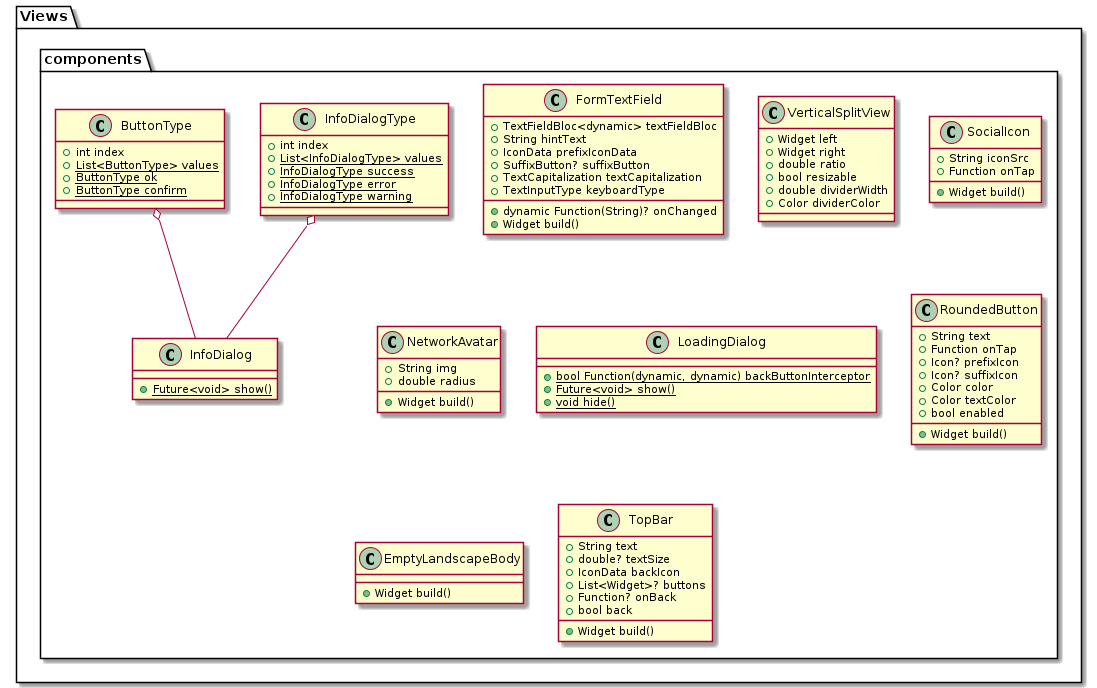
This is out/docs/View/uml_views3/ViewsUML.png from simoneghiazzi/DIMA, a PlantUML export, as it was before one commit. Source of this version:
```plantuml
@startuml ViewsUML
set namespaceSeparator ::
package Views {
    package components {
        class "InfoDialog" {
            {static} +Future<void> show()
        }

        class "InfoDialogType" {
            +int index
            {static} +List<InfoDialogType> values
            {static} +InfoDialogType success
            {static} +InfoDialogType error
            {static} +InfoDialogType warning
        }
        "InfoDialogType" o-- "InfoDialog"

        class "ButtonType" {
            +int index
            {static} +List<ButtonType> values
            {static} +ButtonType ok
            {static} +ButtonType confirm
        }
        "ButtonType" o-- "InfoDialog"

        class "FormTextField" {
            +TextFieldBloc<dynamic> textFieldBloc
            +String hintText
            +IconData prefixIconData
            +SuffixButton? suffixButton
            +TextCapitalization textCapitalization
            +TextInputType keyboardType
            +dynamic Function(String)? onChanged
            +Widget build()
        }

        class "VerticalSplitView" {
            +Widget left
            +Widget right
            +double ratio
            +bool resizable
            +double dividerWidth
            +Color dividerColor
        }

        class "SocialIcon" {
            +String iconSrc
            +Function onTap
            +Widget build()
        }


        class "NetworkAvatar" {
            +String img
            +double radius
            +Widget build()
        }


        class "LoadingDialog" {
            {static} +bool Function(dynamic, dynamic) backButtonInterceptor
            {static} +Future<void> show()
            {static} +void hide()
        }


        class "RoundedButton" {
            +String text
            +Function onTap
            +Icon? prefixIcon
            +Icon? suffixIcon
            +Color color
            +Color textColor
            +bool enabled
            +Widget build()
        }

        class "EmptyLandscapeBody" {
            +Widget build()
        }

        class "TopBar" {
            +String text
            +double? textSize
            +IconData backIcon
            +List<Widget>? buttons
            +Function? onBack
            +bool back
            +Widget build()
        }
    }
}

@enduml
```
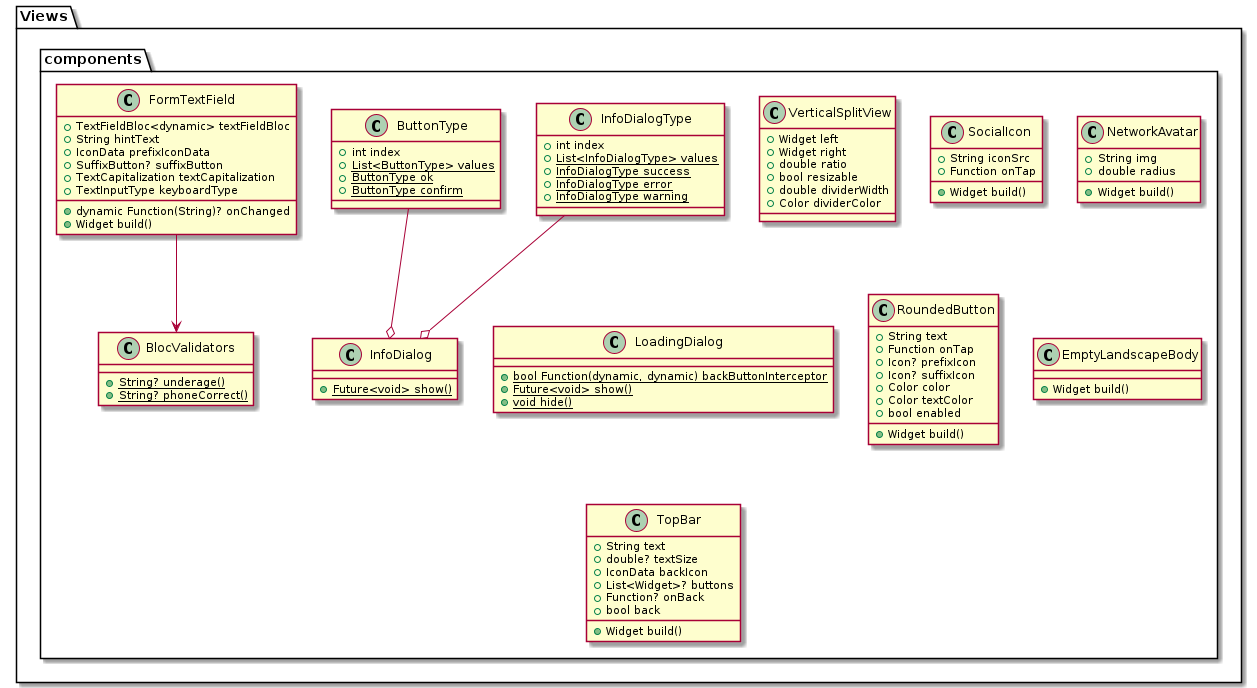
After the commit.

The edit, as a diff of the source:
```diff
@@ -13,7 +13,7 @@
             {static} +InfoDialogType error
             {static} +InfoDialogType warning
         }
-        "InfoDialogType" o-- "InfoDialog"
+        "InfoDialogType" --o "InfoDialog"
 
         class "ButtonType" {
             +int index
@@ -21,7 +21,7 @@
             {static} +ButtonType ok
             {static} +ButtonType confirm
         }
-        "ButtonType" o-- "InfoDialog"
+        "ButtonType" --o "InfoDialog"
 
         class "FormTextField" {
             +TextFieldBloc<dynamic> textFieldBloc
@@ -32,6 +32,12 @@
             +TextInputType keyboardType
             +dynamic Function(String)? onChanged
             +Widget build()
+        }
+        "FormTextField" --> "BlocValidators"
+
+        class "BlocValidators" {
+            {static} +String? underage()
+            {static} +String? phoneCorrect()
         }
 
         class "VerticalSplitView" {
```
